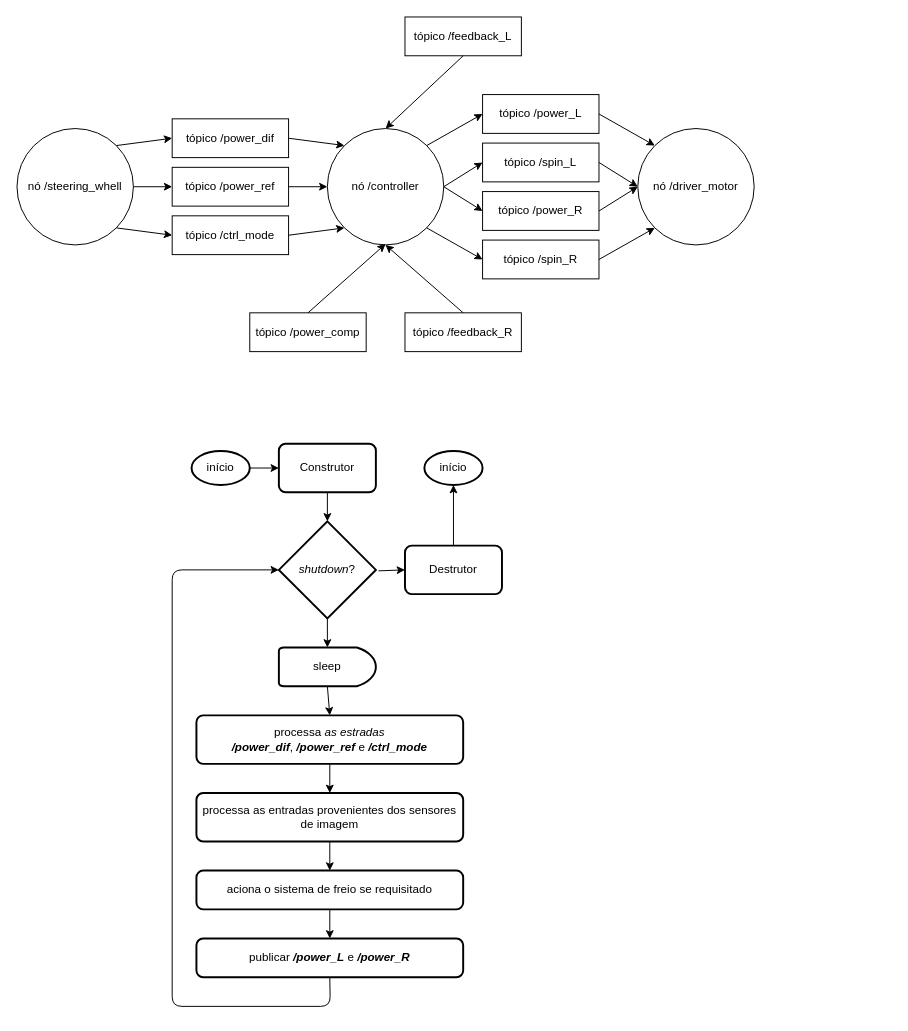
Above: diagramas/diagrama_controlador.drawio in bydansouza/ifscTCC (draw.io), before the change. Source tidied: cells renumbered, new cells numbered last; positions are measured from the earlier drawing's top-left corner, leaving out a move shared by most shapes. Both pictures are drawn from the tidied source at 97%, with x=0, y=0 at pixel (16, 16).
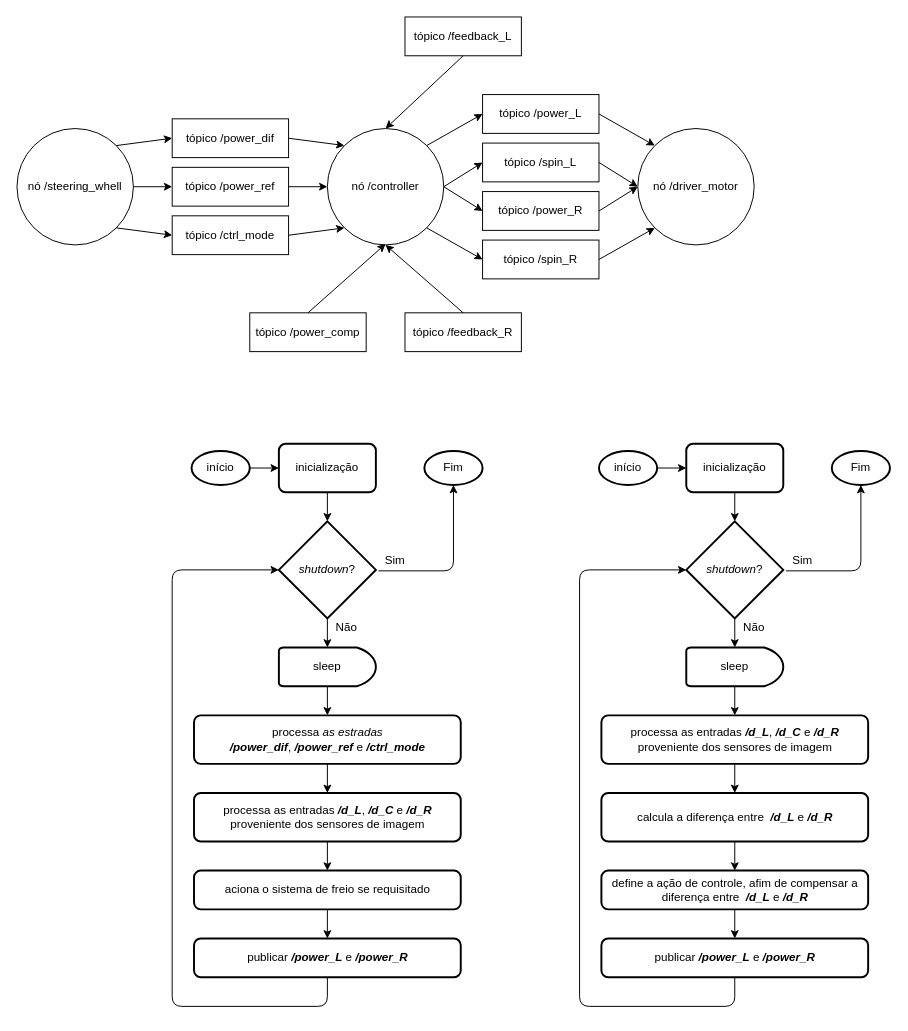
The same diagram, later.

Unchanged cells that the change refers to:
```xml
<mxCell id="33" value="&lt;i&gt;shutdown&lt;/i&gt;?" style="strokeWidth=2;html=1;shape=mxgraph.flowchart.decision;whiteSpace=wrap;" parent="1" vertex="1">
  <mxGeometry x="270" y="520" width="100" height="100" as="geometry" />
</mxCell>
```

The edit, as a diff of the source:
```diff
@@
     <mxCell id="34" value="&lt;div&gt;processa &lt;i&gt;as estradas &lt;br&gt;&lt;/i&gt;&lt;/div&gt;&lt;div&gt;&lt;b&gt;&lt;i&gt;/power_dif&lt;/i&gt;&lt;/b&gt;, &lt;b&gt;&lt;i&gt;/power_ref&lt;/i&gt;&lt;/b&gt; e &lt;b&gt;&lt;i&gt;/ctrl_mode&lt;/i&gt;&lt;/b&gt;&lt;/div&gt;" style="rounded=1;whiteSpace=wrap;html=1;absoluteArcSize=1;arcSize=14;strokeWidth=2;" parent="1" vertex="1">
-      <mxGeometry x="185" y="720" width="275" height="50" as="geometry" />
+      <mxGeometry x="182.5" y="720" width="275" height="50" as="geometry" />
     </mxCell>
-    <mxCell id="35" value="processa as entradas provenientes dos sensores de imagem" style="rounded=1;whiteSpace=wrap;html=1;absoluteArcSize=1;arcSize=14;strokeWidth=2;" parent="1" vertex="1">
-      <mxGeometry x="185" y="800" width="275" height="50" as="geometry" />
+    <mxCell id="35" value="processa as entradas &lt;i&gt;&lt;b&gt;/d_L&lt;/b&gt;&lt;/i&gt;, &lt;i&gt;&lt;b&gt;/d_C&lt;/b&gt;&lt;/i&gt; e &lt;i&gt;&lt;b&gt;/d_R&lt;/b&gt;&lt;/i&gt; proveniente dos sensores de imagem" style="rounded=1;whiteSpace=wrap;html=1;absoluteArcSize=1;arcSize=14;strokeWidth=2;" parent="1" vertex="1">
+      <mxGeometry x="182.5" y="800" width="275" height="50" as="geometry" />
     </mxCell>
     <mxCell id="36" value="publicar &lt;i&gt;&lt;b&gt;/power_L&lt;/b&gt;&lt;/i&gt; e &lt;b&gt;&lt;i&gt;/power_R&lt;/i&gt;&lt;/b&gt;" style="rounded=1;whiteSpace=wrap;html=1;absoluteArcSize=1;arcSize=14;strokeWidth=2;" parent="1" vertex="1">
-      <mxGeometry x="185" y="950" width="275" height="40" as="geometry" />
+      <mxGeometry x="182.5" y="950" width="275" height="40" as="geometry" />
     </mxCell>
     <mxCell id="37" value="aciona o sistema de freio se requisitado" style="rounded=1;whiteSpace=wrap;html=1;absoluteArcSize=1;arcSize=14;strokeWidth=2;" parent="1" vertex="1">
-      <mxGeometry x="185" y="880" width="275" height="40" as="geometry" />
+      <mxGeometry x="182.5" y="880" width="275" height="40" as="geometry" />
     </mxCell>
-    <mxCell id="38" value="Construtor&lt;i&gt;&lt;b&gt;&lt;br&gt;&lt;/b&gt;&lt;/i&gt;" style="rounded=1;whiteSpace=wrap;html=1;absoluteArcSize=1;arcSize=14;strokeWidth=2;" parent="1" vertex="1">
+    <mxCell id="38" value="inicialização" style="rounded=1;whiteSpace=wrap;html=1;absoluteArcSize=1;arcSize=14;strokeWidth=2;" parent="1" vertex="1">
       <mxGeometry x="270" y="440" width="100" height="50" as="geometry" />
     </mxCell>
-    <mxCell id="39" value="Destrutor" style="rounded=1;whiteSpace=wrap;html=1;absoluteArcSize=1;arcSize=14;strokeWidth=2;" parent="1" vertex="1">
-      <mxGeometry x="400" y="545" width="100" height="50" as="geometry" />
-    </mxCell>
@@
-    <mxCell id="41" value="início" style="strokeWidth=2;html=1;shape=mxgraph.flowchart.start_1;whiteSpace=wrap;" parent="1" vertex="1">
+    <mxCell id="41" value="Fim" style="strokeWidth=2;html=1;shape=mxgraph.flowchart.start_1;whiteSpace=wrap;" parent="1" vertex="1">
       <mxGeometry x="420" y="447.5" width="60" height="35" as="geometry" />
     </mxCell>
@@
-    <mxCell id="49" style="endArrow=classic;html=1;exitX=1.027;exitY=0.51;exitDx=0;exitDy=0;exitPerimeter=0;" parent="1" edge="1" source="33">
+    <mxCell id="49" style="endArrow=classic;html=1;exitX=1.027;exitY=0.51;exitDx=0;exitDy=0;exitPerimeter=0;entryX=0.5;entryY=1;entryDx=0;entryDy=0;entryPerimeter=0;" parent="1" edge="1" source="33" target="41">
       <mxGeometry relative="1" as="geometry">
-        <mxPoint x="400" y="570" as="targetPoint" />
+        <Array as="points">
+          <mxPoint x="450" y="571" />
+        </Array>
       </mxGeometry>
     </mxCell>
-    <mxCell id="50" style="endArrow=classic;html=1;entryX=0.5;entryY=1;entryDx=0;entryDy=0;entryPerimeter=0;exitX=0.5;exitY=0;exitDx=0;exitDy=0;" parent="1" edge="1" source="39" target="41">
-      <mxGeometry relative="1" as="geometry" />
-    </mxCell>
     <mxCell id="51" style="endArrow=classic;html=1;exitX=0.5;exitY=1;exitDx=0;exitDy=0;" parent="1" edge="1" source="36">
       <mxGeometry relative="1" as="geometry">
         <mxPoint x="270" y="570" as="targetPoint" />
         <Array as="points">
-          <mxPoint x="323" y="1020" />
+          <mxPoint x="320" y="1020" />
           <mxPoint x="160" y="1020" />
           <mxPoint x="160" y="570" />
         </Array>
       </mxGeometry>
     </mxCell>
+    <mxCell id="52" value="Sim" style="text;html=1;strokeColor=none;fillColor=none;align=center;verticalAlign=middle;whiteSpace=wrap;rounded=0;" parent="1" vertex="1">
+      <mxGeometry x="370" y="550" width="40" height="20" as="geometry" />
+    </mxCell>
+    <mxCell id="53" value="Não" style="text;html=1;strokeColor=none;fillColor=none;align=center;verticalAlign=middle;whiteSpace=wrap;rounded=0;" parent="1" vertex="1">
+      <mxGeometry x="320" y="620" width="40" height="20" as="geometry" />
+    </mxCell>
+    <mxCell id="54" value="sleep" style="strokeWidth=2;html=1;shape=mxgraph.flowchart.delay;whiteSpace=wrap;" parent="1" vertex="1">
+      <mxGeometry x="690" y="650" width="100" height="40" as="geometry" />
+    </mxCell>
+    <mxCell id="55" value="&lt;i&gt;shutdown&lt;/i&gt;?" style="strokeWidth=2;html=1;shape=mxgraph.flowchart.decision;whiteSpace=wrap;" parent="1" vertex="1">
+      <mxGeometry x="690" y="520" width="100" height="100" as="geometry" />
+    </mxCell>
+    <mxCell id="56" value="calcula a diferença entre&amp;nbsp; &lt;i&gt;&lt;b&gt;/d_L&lt;/b&gt;&lt;/i&gt; e &lt;i&gt;&lt;b&gt;/d_R&lt;/b&gt;&lt;/i&gt; " style="rounded=1;whiteSpace=wrap;html=1;absoluteArcSize=1;arcSize=14;strokeWidth=2;" parent="1" vertex="1">
+      <mxGeometry x="602.5" y="800" width="275" height="50" as="geometry" />
+    </mxCell>
+    <mxCell id="57" value="publicar &lt;i&gt;&lt;b&gt;/power_L&lt;/b&gt;&lt;/i&gt; e &lt;b&gt;&lt;i&gt;/power_R&lt;/i&gt;&lt;/b&gt;" style="rounded=1;whiteSpace=wrap;html=1;absoluteArcSize=1;arcSize=14;strokeWidth=2;" parent="1" vertex="1">
+      <mxGeometry x="602.5" y="950" width="275" height="40" as="geometry" />
+    </mxCell>
+    <mxCell id="58" value="define a ação de controle, afim de compensar a diferença entre&amp;nbsp; &lt;i&gt;&lt;b&gt;/d_L&lt;/b&gt;&lt;/i&gt; e &lt;i&gt;&lt;b&gt;/d_R&lt;/b&gt;&lt;/i&gt; " style="rounded=1;whiteSpace=wrap;html=1;absoluteArcSize=1;arcSize=14;strokeWidth=2;" parent="1" vertex="1">
+      <mxGeometry x="602.5" y="880" width="275" height="40" as="geometry" />
+    </mxCell>
+    <mxCell id="59" value="inicialização" style="rounded=1;whiteSpace=wrap;html=1;absoluteArcSize=1;arcSize=14;strokeWidth=2;" parent="1" vertex="1">
+      <mxGeometry x="690" y="440" width="100" height="50" as="geometry" />
+    </mxCell>
+    <mxCell id="60" value="início" style="strokeWidth=2;html=1;shape=mxgraph.flowchart.start_1;whiteSpace=wrap;" parent="1" vertex="1">
+      <mxGeometry x="600" y="447.5" width="60" height="35" as="geometry" />
+    </mxCell>
+    <mxCell id="61" value="Fim" style="strokeWidth=2;html=1;shape=mxgraph.flowchart.start_1;whiteSpace=wrap;" parent="1" vertex="1">
+      <mxGeometry x="840" y="447.5" width="60" height="35" as="geometry" />
+    </mxCell>
+    <mxCell id="62" style="endArrow=classic;html=1;entryX=0;entryY=0.5;entryDx=0;entryDy=0;exitX=1;exitY=0.5;exitDx=0;exitDy=0;exitPerimeter=0;" parent="1" edge="1" source="60" target="59">
+      <mxGeometry relative="1" as="geometry" />
+    </mxCell>
+    <mxCell id="63" style="endArrow=classic;html=1;entryX=0.5;entryY=0;entryDx=0;entryDy=0;entryPerimeter=0;exitX=0.5;exitY=1;exitDx=0;exitDy=0;" parent="1" edge="1" source="59" target="55">
+      <mxGeometry relative="1" as="geometry" />
+    </mxCell>
+    <mxCell id="64" style="endArrow=classic;html=1;entryX=0.5;entryY=0;entryDx=0;entryDy=0;entryPerimeter=0;exitX=0.5;exitY=1;exitDx=0;exitDy=0;exitPerimeter=0;" parent="1" edge="1" source="55" target="54">
+      <mxGeometry relative="1" as="geometry" />
+    </mxCell>
+    <mxCell id="65" style="endArrow=classic;html=1;entryX=0.5;entryY=0;entryDx=0;entryDy=0;exitX=0.5;exitY=1;exitDx=0;exitDy=0;exitPerimeter=0;" parent="1" edge="1" source="54">
+      <mxGeometry relative="1" as="geometry">
+        <mxPoint x="740" y="720" as="targetPoint" />
+      </mxGeometry>
+    </mxCell>
+    <mxCell id="66" style="endArrow=classic;html=1;entryX=0.5;entryY=0;entryDx=0;entryDy=0;exitX=0.5;exitY=1;exitDx=0;exitDy=0;" parent="1" edge="1" target="56">
+      <mxGeometry relative="1" as="geometry">
+        <mxPoint x="740" y="770" as="sourcePoint" />
+      </mxGeometry>
+    </mxCell>
+    <mxCell id="67" style="endArrow=classic;html=1;entryX=0.5;entryY=0;entryDx=0;entryDy=0;exitX=0.5;exitY=1;exitDx=0;exitDy=0;" parent="1" edge="1" source="56" target="58">
+      <mxGeometry relative="1" as="geometry" />
+    </mxCell>
+    <mxCell id="68" style="endArrow=classic;html=1;entryX=0.5;entryY=0;entryDx=0;entryDy=0;exitX=0.5;exitY=1;exitDx=0;exitDy=0;" parent="1" edge="1" source="58" target="57">
+      <mxGeometry relative="1" as="geometry" />
+    </mxCell>
+    <mxCell id="69" style="endArrow=classic;html=1;exitX=1.027;exitY=0.51;exitDx=0;exitDy=0;exitPerimeter=0;entryX=0.5;entryY=1;entryDx=0;entryDy=0;entryPerimeter=0;" parent="1" edge="1" source="55" target="61">
+      <mxGeometry relative="1" as="geometry">
+        <Array as="points">
+          <mxPoint x="870" y="571" />
+        </Array>
+      </mxGeometry>
+    </mxCell>
+    <mxCell id="70" style="endArrow=classic;html=1;exitX=0.5;exitY=1;exitDx=0;exitDy=0;" parent="1" edge="1" source="57">
+      <mxGeometry relative="1" as="geometry">
+        <mxPoint x="690" y="570" as="targetPoint" />
+        <Array as="points">
+          <mxPoint x="740" y="1020" />
+          <mxPoint x="580" y="1020" />
+          <mxPoint x="580" y="570" />
+        </Array>
+      </mxGeometry>
+    </mxCell>
+    <mxCell id="71" value="Sim" style="text;html=1;strokeColor=none;fillColor=none;align=center;verticalAlign=middle;whiteSpace=wrap;rounded=0;" parent="1" vertex="1">
+      <mxGeometry x="790" y="550" width="40" height="20" as="geometry" />
+    </mxCell>
+    <mxCell id="72" value="Não" style="text;html=1;strokeColor=none;fillColor=none;align=center;verticalAlign=middle;whiteSpace=wrap;rounded=0;" parent="1" vertex="1">
+      <mxGeometry x="740" y="620" width="40" height="20" as="geometry" />
+    </mxCell>
+    <mxCell id="73" value="processa as entradas &lt;i&gt;&lt;b&gt;/d_L&lt;/b&gt;&lt;/i&gt;, &lt;i&gt;&lt;b&gt;/d_C&lt;/b&gt;&lt;/i&gt; e &lt;i&gt;&lt;b&gt;/d_R&lt;/b&gt;&lt;/i&gt; proveniente dos sensores de imagem" style="rounded=1;whiteSpace=wrap;html=1;absoluteArcSize=1;arcSize=14;strokeWidth=2;" parent="1" vertex="1">
+      <mxGeometry x="602.5" y="720" width="275" height="50" as="geometry" />
+    </mxCell>
```
